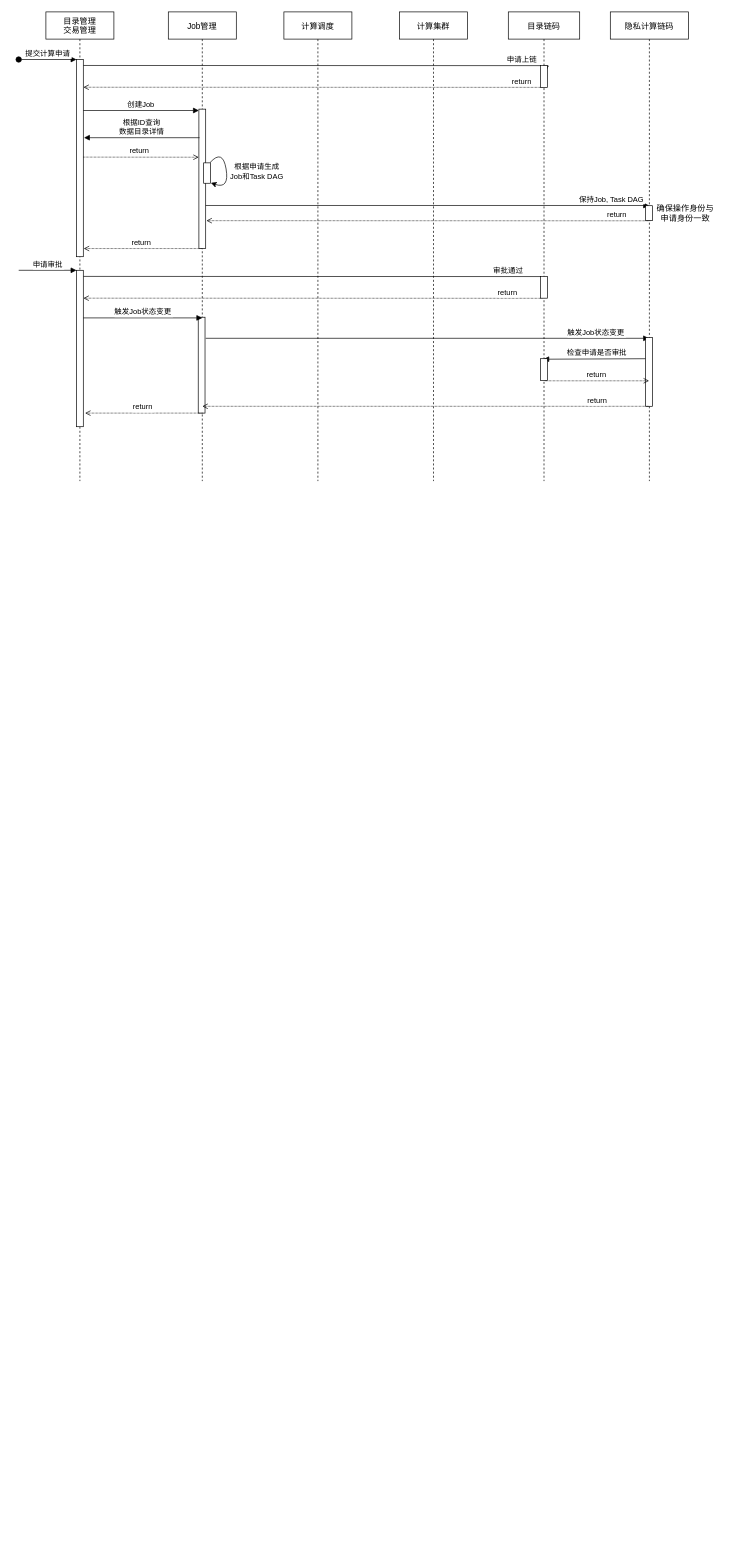
This is mpc/sequence.drawio from zmmwl/drawio, a draw.io file, before an edit. Source tidied: cells renumbered, new cells numbered last; positions are measured from the earlier drawing's top-left corner, leaving out a move shared by most shapes. Both pictures are drawn from the tidied source at 68%, with x=0, y=0 at pixel (18, 12).
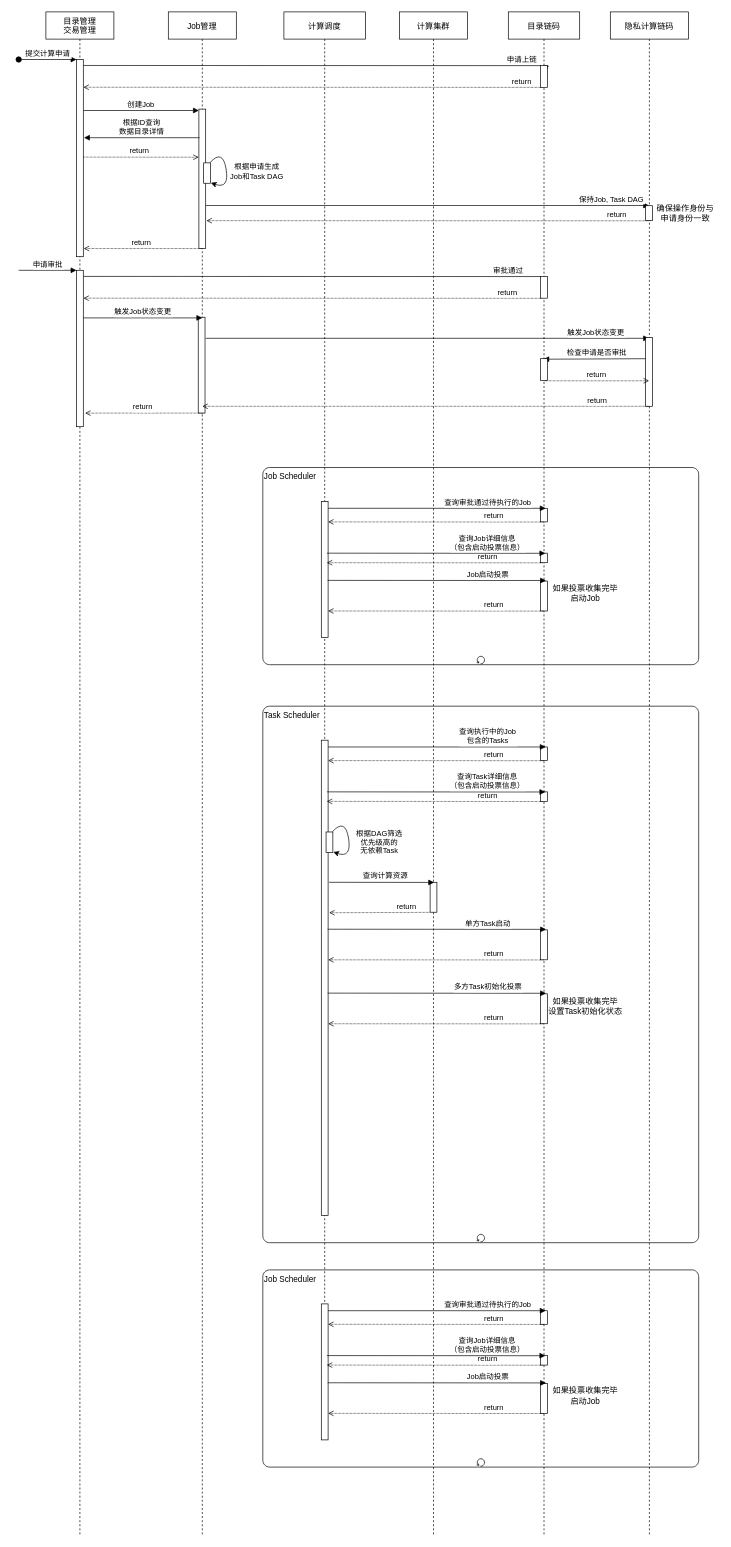
The same page after the edit.

What changed in the source:
```diff
@@
+    <mxCell id="40" value="Job Scheduler" style="shape=mxgraph.bpmn.task;whiteSpace=wrap;rectStyle=rounded;size=10;taskMarker=abstract;isLoopStandard=1;align=left;verticalAlign=top;" parent="1" vertex="1">
+      <mxGeometry x="359" y="1850" width="641" height="290" as="geometry" />
+    </mxCell>
+    <mxCell id="41" value="Task Scheduler" style="shape=mxgraph.bpmn.task;whiteSpace=wrap;rectStyle=rounded;size=10;taskMarker=abstract;isLoopStandard=1;align=left;verticalAlign=top;" parent="1" vertex="1">
+      <mxGeometry x="359" y="1021" width="641" height="789" as="geometry" />
+    </mxCell>
+    <mxCell id="42" value="Job Scheduler" style="shape=mxgraph.bpmn.task;whiteSpace=wrap;rectStyle=rounded;size=10;taskMarker=abstract;isLoopStandard=1;align=left;verticalAlign=top;" parent="1" vertex="1">
+      <mxGeometry x="359" y="670" width="641" height="290" as="geometry" />
+    </mxCell>
     <mxCell id="2" value="目录管理&#10;交易管理" style="shape=umlLifeline;perimeter=lifelinePerimeter;rounded=0;shadow=0;strokeWidth=1;" parent="1" vertex="1">
-      <mxGeometry x="40" width="100" height="690" as="geometry" />
+      <mxGeometry x="40" width="100" height="2240" as="geometry" />
     </mxCell>
@@
     <mxCell id="6" value="Job管理" style="shape=umlLifeline;perimeter=lifelinePerimeter;rounded=0;shadow=0;strokeWidth=1;" parent="1" vertex="1">
-      <mxGeometry x="220" width="100" height="690" as="geometry" />
+      <mxGeometry x="220" width="100" height="2240" as="geometry" />
     </mxCell>
@@
     <mxCell id="15" value="计算调度" style="shape=umlLifeline;perimeter=lifelinePerimeter;rounded=0;shadow=0;strokeWidth=1;" parent="1" vertex="1">
-      <mxGeometry x="390" width="100" height="690" as="geometry" />
+      <mxGeometry x="390" width="120" height="2080" as="geometry" />
     </mxCell>
@@
+    <mxCell id="43" style="perimeter=orthogonalPerimeter;rounded=0;shadow=0;strokeWidth=1;" parent="15" vertex="1">
+      <mxGeometry x="55" y="720" width="10" height="200" as="geometry" />
+    </mxCell>
     <mxCell id="18" value="计算集群" style="shape=umlLifeline;perimeter=lifelinePerimeter;rounded=0;shadow=0;strokeWidth=1;" parent="1" vertex="1">
-      <mxGeometry x="560" width="100" height="690" as="geometry" />
+      <mxGeometry x="560" width="100" height="2240" as="geometry" />
     </mxCell>
@@
+    <mxCell id="44" style="perimeter=orthogonalPerimeter;rounded=0;shadow=0;strokeWidth=1;" parent="18" vertex="1">
+      <mxGeometry x="45" y="1280" width="10" height="44" as="geometry" />
+    </mxCell>
+    <mxCell id="45" value="查询计算资源" style="verticalAlign=bottom;endArrow=block;shadow=0;strokeWidth=1;entryX=0.488;entryY=0.71;entryDx=0;entryDy=0;entryPerimeter=0;exitX=1.15;exitY=0.299;exitDx=0;exitDy=0;exitPerimeter=0;" parent="18" edge="1" source="57">
+      <mxGeometry x="0.08" y="1" relative="1" as="geometry">
+        <mxPoint x="51" y="1280.2" as="targetPoint" />
+      </mxGeometry>
+    </mxCell>
+    <mxCell id="46" value="return" style="verticalAlign=bottom;endArrow=none;shadow=0;strokeWidth=1;endFill=0;startArrow=open;startFill=0;dashed=1;dashPattern=1 1;exitX=1.15;exitY=0.363;exitDx=0;exitDy=0;exitPerimeter=0;" parent="18" edge="1" source="57">
+      <mxGeometry x="0.54" relative="1" as="geometry">
+        <mxPoint x="45" y="1324.2" as="targetPoint" />
+      </mxGeometry>
+    </mxCell>
     <mxCell id="21" value="目录链码" style="shape=umlLifeline;perimeter=lifelinePerimeter;rounded=0;shadow=0;strokeWidth=1;" parent="1" vertex="1">
-      <mxGeometry x="720" width="105" height="690" as="geometry" />
+      <mxGeometry x="720" width="105" height="2240" as="geometry" />
     </mxCell>
@@
+    <mxCell id="47" style="perimeter=orthogonalPerimeter;rounded=0;shadow=0;strokeWidth=1;" parent="21" vertex="1">
+      <mxGeometry x="47.5" y="730" width="10" height="20" as="geometry" />
+    </mxCell>
+    <mxCell id="48" style="perimeter=orthogonalPerimeter;rounded=0;shadow=0;strokeWidth=1;" parent="21" vertex="1">
+      <mxGeometry x="47.5" y="837" width="10" height="44" as="geometry" />
+    </mxCell>
+    <mxCell id="49" value="return" style="verticalAlign=bottom;endArrow=none;shadow=0;strokeWidth=1;endFill=0;startArrow=open;startFill=0;dashed=1;dashPattern=1 1;" parent="21" edge="1">
+      <mxGeometry x="0.54" relative="1" as="geometry">
+        <mxPoint x="-265" y="881" as="sourcePoint" />
+        <mxPoint x="52.5" y="881.2" as="targetPoint" />
+      </mxGeometry>
+    </mxCell>
     <mxCell id="25" value="隐私计算链码" style="shape=umlLifeline;perimeter=lifelinePerimeter;rounded=0;shadow=0;strokeWidth=1;" parent="1" vertex="1">
-      <mxGeometry x="870" width="115" height="690" as="geometry" />
+      <mxGeometry x="870" width="115" height="2240" as="geometry" />
     </mxCell>
@@
+    <mxCell id="50" value="查询审批通过待执行的Job" style="verticalAlign=bottom;endArrow=block;shadow=0;strokeWidth=1;" parent="1" edge="1">
+      <mxGeometry x="0.47" relative="1" as="geometry">
+        <mxPoint x="455" y="730" as="sourcePoint" />
+        <mxPoint x="775" y="730" as="targetPoint" />
+      </mxGeometry>
+    </mxCell>
+    <mxCell id="51" value="return" style="verticalAlign=bottom;endArrow=none;shadow=0;strokeWidth=1;endFill=0;startArrow=open;startFill=0;dashed=1;dashPattern=1 1;" parent="1" edge="1">
+      <mxGeometry x="0.54" relative="1" as="geometry">
+        <mxPoint x="455" y="750" as="sourcePoint" />
+        <mxPoint x="772.5" y="750.2" as="targetPoint" />
+      </mxGeometry>
+    </mxCell>
+    <mxCell id="52" style="perimeter=orthogonalPerimeter;rounded=0;shadow=0;strokeWidth=1;" parent="1" vertex="1">
+      <mxGeometry x="767.5" y="796" width="10" height="14" as="geometry" />
+    </mxCell>
+    <mxCell id="53" value="Job启动投票" style="verticalAlign=bottom;endArrow=block;shadow=0;strokeWidth=1;entryX=0.488;entryY=0.71;entryDx=0;entryDy=0;entryPerimeter=0;" parent="1" edge="1">
+      <mxGeometry x="0.47" relative="1" as="geometry">
+        <mxPoint x="454.3" y="836" as="sourcePoint" />
+        <mxPoint x="775.5" y="836.2" as="targetPoint" />
+      </mxGeometry>
+    </mxCell>
+    <mxCell id="54" value="如果投票收集完毕&lt;br style=&quot;padding: 0px ; margin: 0px&quot;&gt;启动Job" style="text;html=1;align=center;verticalAlign=middle;fillColor=none;strokeColor=none;rounded=0;" parent="1" vertex="1">
+      <mxGeometry x="777.5" y="840" width="110" height="30" as="geometry" />
+    </mxCell>
+    <mxCell id="55" value="return" style="verticalAlign=bottom;endArrow=none;shadow=0;strokeWidth=1;endFill=0;startArrow=open;startFill=0;dashed=1;dashPattern=1 1;" parent="1" edge="1">
+      <mxGeometry x="0.49" relative="1" as="geometry">
+        <mxPoint x="453" y="810" as="sourcePoint" />
+        <mxPoint x="770.5" y="810.2" as="targetPoint" />
+      </mxGeometry>
+    </mxCell>
+    <mxCell id="56" value="查询Job详细信息&#10;（包含启动投票信息）" style="verticalAlign=bottom;endArrow=block;shadow=0;strokeWidth=1;entryX=0.488;entryY=0.71;entryDx=0;entryDy=0;entryPerimeter=0;" parent="1" edge="1">
+      <mxGeometry x="0.47" relative="1" as="geometry">
+        <mxPoint x="453.3" y="796" as="sourcePoint" />
+        <mxPoint x="774.5" y="796.2" as="targetPoint" />
+      </mxGeometry>
+    </mxCell>
+    <mxCell id="57" style="points=[];perimeter=orthogonalPerimeter;rounded=0;shadow=0;strokeWidth=1;" parent="1" vertex="1">
+      <mxGeometry x="445" y="1071" width="10" height="699" as="geometry" />
+    </mxCell>
+    <mxCell id="58" style="perimeter=orthogonalPerimeter;rounded=0;shadow=0;strokeWidth=1;" parent="1" vertex="1">
+      <mxGeometry x="767.5" y="1081" width="10" height="20" as="geometry" />
+    </mxCell>
+    <mxCell id="59" style="perimeter=orthogonalPerimeter;rounded=0;shadow=0;strokeWidth=1;" parent="1" vertex="1">
+      <mxGeometry x="767.5" y="1444" width="10" height="44" as="geometry" />
+    </mxCell>
+    <mxCell id="60" value="return" style="verticalAlign=bottom;endArrow=none;shadow=0;strokeWidth=1;endFill=0;startArrow=open;startFill=0;dashed=1;dashPattern=1 1;" parent="1" edge="1">
+      <mxGeometry x="0.54" relative="1" as="geometry">
+        <mxPoint x="455" y="1488" as="sourcePoint" />
+        <mxPoint x="772.5" y="1488.2" as="targetPoint" />
+      </mxGeometry>
+    </mxCell>
+    <mxCell id="61" value="查询执行中的Job&#10;包含的Tasks" style="verticalAlign=bottom;endArrow=block;shadow=0;strokeWidth=1;" parent="1" edge="1">
+      <mxGeometry x="0.47" relative="1" as="geometry">
+        <mxPoint x="455" y="1081" as="sourcePoint" />
+        <mxPoint x="775" y="1081" as="targetPoint" />
+      </mxGeometry>
+    </mxCell>
+    <mxCell id="62" value="return" style="verticalAlign=bottom;endArrow=none;shadow=0;strokeWidth=1;endFill=0;startArrow=open;startFill=0;dashed=1;dashPattern=1 1;" parent="1" edge="1">
+      <mxGeometry x="0.54" relative="1" as="geometry">
+        <mxPoint x="455" y="1101" as="sourcePoint" />
+        <mxPoint x="772.5" y="1101.2" as="targetPoint" />
+      </mxGeometry>
+    </mxCell>
+    <mxCell id="63" style="perimeter=orthogonalPerimeter;rounded=0;shadow=0;strokeWidth=1;" parent="1" vertex="1">
+      <mxGeometry x="767.5" y="1147" width="10" height="14" as="geometry" />
+    </mxCell>
+    <mxCell id="64" value="多方Task初始化投票" style="verticalAlign=bottom;endArrow=block;shadow=0;strokeWidth=1;entryX=0.488;entryY=0.71;entryDx=0;entryDy=0;entryPerimeter=0;" parent="1" edge="1">
+      <mxGeometry x="0.47" relative="1" as="geometry">
+        <mxPoint x="454.3" y="1443" as="sourcePoint" />
+        <mxPoint x="775.5" y="1443.2" as="targetPoint" />
+      </mxGeometry>
+    </mxCell>
+    <mxCell id="65" value="如果投票收集完毕&lt;br style=&quot;padding: 0px ; margin: 0px&quot;&gt;设置Task初始化状态" style="text;html=1;align=center;verticalAlign=middle;fillColor=none;strokeColor=none;rounded=0;" parent="1" vertex="1">
+      <mxGeometry x="772.5" y="1447" width="120" height="30" as="geometry" />
+    </mxCell>
+    <mxCell id="66" value="return" style="verticalAlign=bottom;endArrow=none;shadow=0;strokeWidth=1;endFill=0;startArrow=open;startFill=0;dashed=1;dashPattern=1 1;" parent="1" edge="1">
+      <mxGeometry x="0.49" relative="1" as="geometry">
+        <mxPoint x="453" y="1161" as="sourcePoint" />
+        <mxPoint x="770.5" y="1161.2" as="targetPoint" />
+      </mxGeometry>
+    </mxCell>
+    <mxCell id="67" value="查询Task详细信息&#10;（包含启动投票信息）" style="verticalAlign=bottom;endArrow=block;shadow=0;strokeWidth=1;entryX=0.488;entryY=0.71;entryDx=0;entryDy=0;entryPerimeter=0;" parent="1" edge="1">
+      <mxGeometry x="0.47" relative="1" as="geometry">
+        <mxPoint x="453.3" y="1147" as="sourcePoint" />
+        <mxPoint x="774.5" y="1147.2" as="targetPoint" />
+      </mxGeometry>
+    </mxCell>
+    <mxCell id="68" style="group;" parent="1" vertex="1">
+      <mxGeometry x="452" y="1185" width="38" height="60" as="geometry" />
+    </mxCell>
+    <mxCell id="69" style="points=[];perimeter=orthogonalPerimeter;rounded=0;shadow=0;strokeWidth=1;" parent="68" vertex="1">
+      <mxGeometry y="21" width="10" height="30" as="geometry" />
+    </mxCell>
+    <mxCell id="70" value="根据DAG筛选&lt;br&gt;优先级高的&lt;br&gt;无依赖Task" style="curved=1;endArrow=classic;html=1;rounded=0;exitX=0.933;exitY=-0.011;exitDx=0;exitDy=0;exitPerimeter=0;entryX=1.058;entryY=0.981;entryDx=0;entryDy=0;entryPerimeter=0;" parent="68" edge="1" source="69" target="69">
+      <mxGeometry x="0.22" y="43" relative="1" as="geometry">
+        <Array as="points">
+          <mxPoint x="28" />
+          <mxPoint x="38" y="60" />
+        </Array>
+      </mxGeometry>
+    </mxCell>
+    <mxCell id="71" style="perimeter=orthogonalPerimeter;rounded=0;shadow=0;strokeWidth=1;" parent="1" vertex="1">
+      <mxGeometry x="767.5" y="1350" width="10" height="44" as="geometry" />
+    </mxCell>
+    <mxCell id="72" value="return" style="verticalAlign=bottom;endArrow=none;shadow=0;strokeWidth=1;endFill=0;startArrow=open;startFill=0;dashed=1;dashPattern=1 1;" parent="1" edge="1">
+      <mxGeometry x="0.54" relative="1" as="geometry">
+        <mxPoint x="455" y="1394" as="sourcePoint" />
+        <mxPoint x="772.5" y="1394.2" as="targetPoint" />
+      </mxGeometry>
+    </mxCell>
+    <mxCell id="73" value="单方Task启动" style="verticalAlign=bottom;endArrow=block;shadow=0;strokeWidth=1;entryX=0.488;entryY=0.71;entryDx=0;entryDy=0;entryPerimeter=0;" parent="1" edge="1">
+      <mxGeometry x="0.47" relative="1" as="geometry">
+        <mxPoint x="454.3" y="1349" as="sourcePoint" />
+        <mxPoint x="775.5" y="1349.2" as="targetPoint" />
+      </mxGeometry>
+    </mxCell>
+    <mxCell id="74" style="perimeter=orthogonalPerimeter;rounded=0;shadow=0;strokeWidth=1;" parent="1" vertex="1">
+      <mxGeometry x="445" y="1900" width="10" height="200" as="geometry" />
+    </mxCell>
+    <mxCell id="75" style="perimeter=orthogonalPerimeter;rounded=0;shadow=0;strokeWidth=1;" parent="1" vertex="1">
+      <mxGeometry x="767.5" y="1910" width="10" height="20" as="geometry" />
+    </mxCell>
+    <mxCell id="76" style="perimeter=orthogonalPerimeter;rounded=0;shadow=0;strokeWidth=1;" parent="1" vertex="1">
+      <mxGeometry x="767.5" y="2017" width="10" height="44" as="geometry" />
+    </mxCell>
+    <mxCell id="77" value="return" style="verticalAlign=bottom;endArrow=none;shadow=0;strokeWidth=1;endFill=0;startArrow=open;startFill=0;dashed=1;dashPattern=1 1;" parent="1" edge="1">
+      <mxGeometry x="0.54" relative="1" as="geometry">
+        <mxPoint x="455" y="2061" as="sourcePoint" />
+        <mxPoint x="772.5" y="2061.2" as="targetPoint" />
+      </mxGeometry>
+    </mxCell>
+    <mxCell id="78" value="查询审批通过待执行的Job" style="verticalAlign=bottom;endArrow=block;shadow=0;strokeWidth=1;" parent="1" edge="1">
+      <mxGeometry x="0.47" relative="1" as="geometry">
+        <mxPoint x="455" y="1910" as="sourcePoint" />
+        <mxPoint x="775" y="1910" as="targetPoint" />
+      </mxGeometry>
+    </mxCell>
+    <mxCell id="79" value="return" style="verticalAlign=bottom;endArrow=none;shadow=0;strokeWidth=1;endFill=0;startArrow=open;startFill=0;dashed=1;dashPattern=1 1;" parent="1" edge="1">
+      <mxGeometry x="0.54" relative="1" as="geometry">
+        <mxPoint x="455" y="1930" as="sourcePoint" />
+        <mxPoint x="772.5" y="1930.2" as="targetPoint" />
+      </mxGeometry>
+    </mxCell>
+    <mxCell id="80" style="perimeter=orthogonalPerimeter;rounded=0;shadow=0;strokeWidth=1;" parent="1" vertex="1">
+      <mxGeometry x="767.5" y="1976" width="10" height="14" as="geometry" />
+    </mxCell>
+    <mxCell id="81" value="Job启动投票" style="verticalAlign=bottom;endArrow=block;shadow=0;strokeWidth=1;entryX=0.488;entryY=0.71;entryDx=0;entryDy=0;entryPerimeter=0;" parent="1" edge="1">
+      <mxGeometry x="0.47" relative="1" as="geometry">
+        <mxPoint x="454.3" y="2016" as="sourcePoint" />
+        <mxPoint x="775.5" y="2016.2" as="targetPoint" />
+      </mxGeometry>
+    </mxCell>
+    <mxCell id="82" value="如果投票收集完毕&lt;br style=&quot;padding: 0px ; margin: 0px&quot;&gt;启动Job" style="text;html=1;align=center;verticalAlign=middle;fillColor=none;strokeColor=none;rounded=0;" parent="1" vertex="1">
+      <mxGeometry x="777.5" y="2020" width="110" height="30" as="geometry" />
+    </mxCell>
+    <mxCell id="83" value="return" style="verticalAlign=bottom;endArrow=none;shadow=0;strokeWidth=1;endFill=0;startArrow=open;startFill=0;dashed=1;dashPattern=1 1;" parent="1" edge="1">
+      <mxGeometry x="0.49" relative="1" as="geometry">
+        <mxPoint x="453" y="1990" as="sourcePoint" />
+        <mxPoint x="770.5" y="1990.2" as="targetPoint" />
+      </mxGeometry>
+    </mxCell>
+    <mxCell id="84" value="查询Job详细信息&#10;（包含启动投票信息）" style="verticalAlign=bottom;endArrow=block;shadow=0;strokeWidth=1;entryX=0.488;entryY=0.71;entryDx=0;entryDy=0;entryPerimeter=0;" parent="1" edge="1">
+      <mxGeometry x="0.47" relative="1" as="geometry">
+        <mxPoint x="453.3" y="1976" as="sourcePoint" />
+        <mxPoint x="774.5" y="1976.2" as="targetPoint" />
+      </mxGeometry>
+    </mxCell>
```
